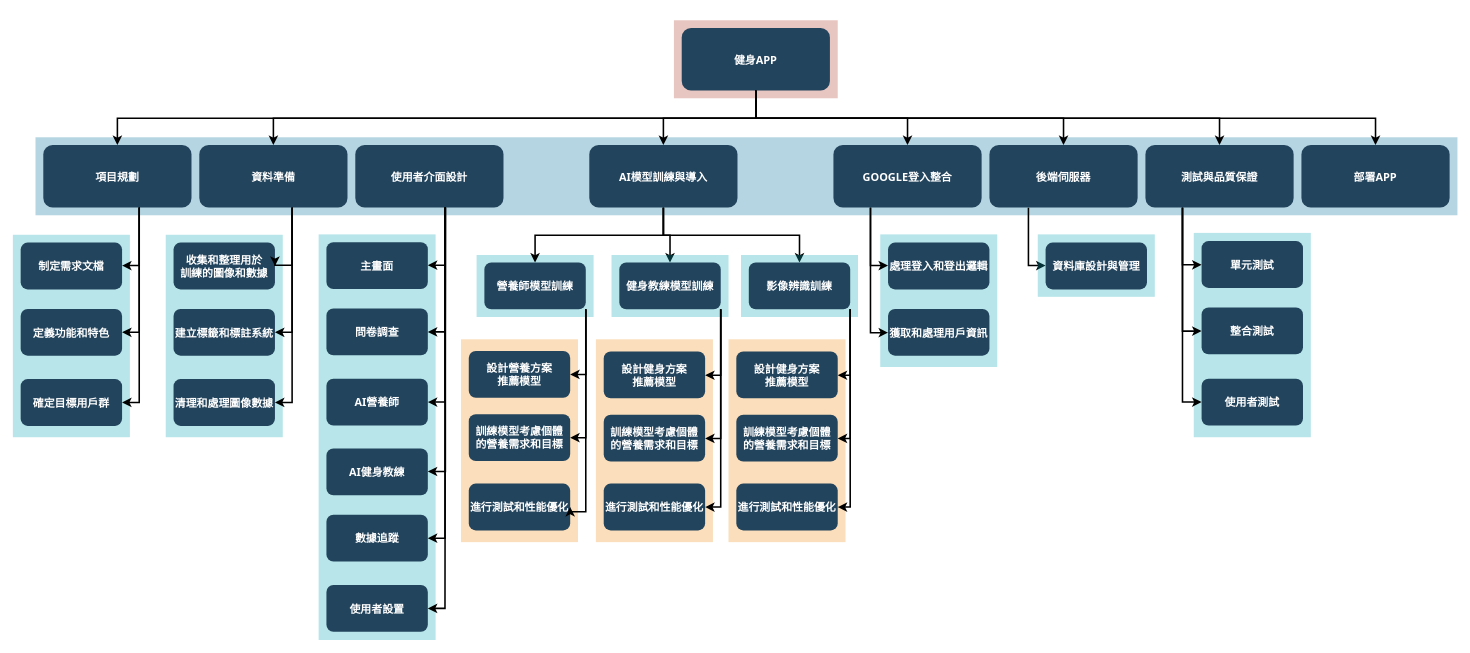
This is 未命名绘图.drawio from C110118150/No.11, a draw.io file, before an edit. Source tidied: cells renumbered, new cells numbered last; positions are measured from the earlier drawing's top-left corner, leaving out a move shared by most shapes. Both pictures are drawn from the tidied source at 78%, with x=0, y=0 at pixel (12, 20).
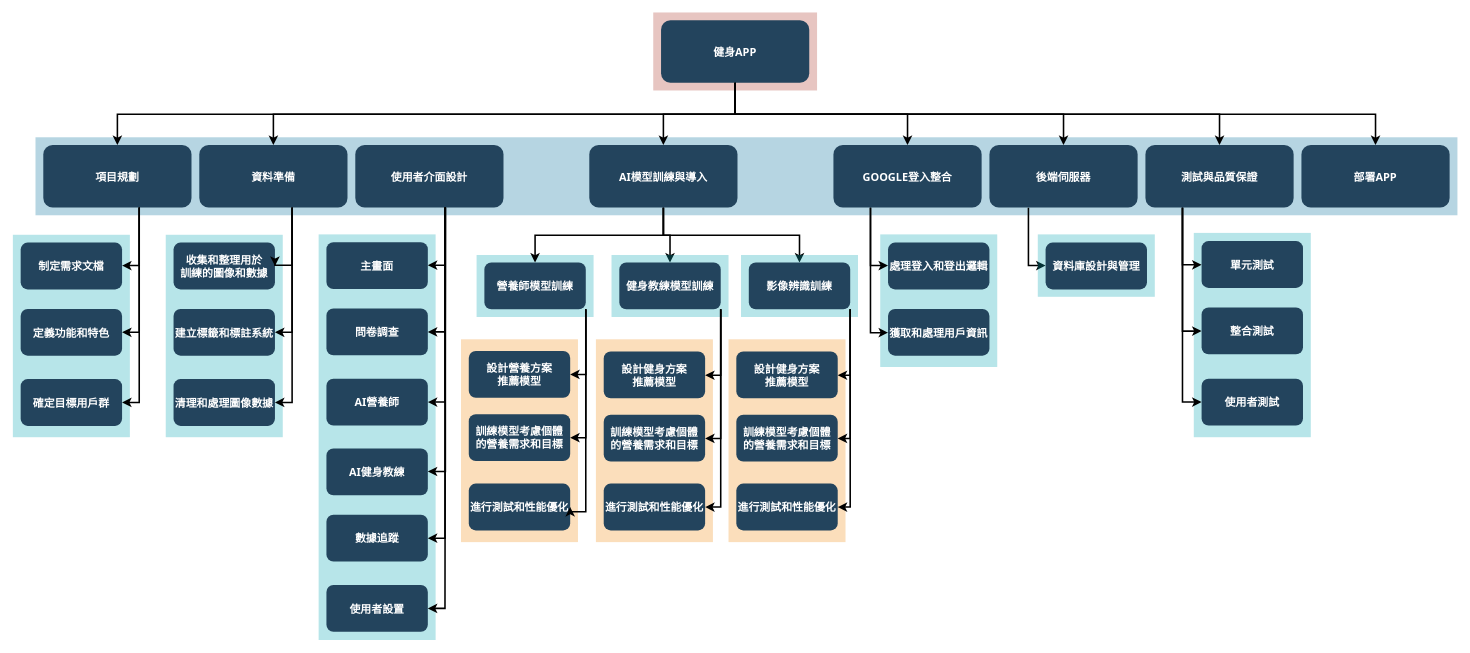
The same diagram, later.

Commit message (it also covers changes not shown here):
更新未命名绘图.drawio

The change refers to these unchanged cells:
```xml
<mxCell id="18" value="AI模型訓練與導入" style="rounded=1;fillColor=#23445D;gradientColor=none;strokeColor=none;fontColor=#FFFFFF;fontStyle=1;fontFamily=Tahoma;fontSize=14;" parent="1" vertex="1">
  <mxGeometry x="739" y="159.5" width="190" height="80" as="geometry" />
</mxCell>
<mxCell id="21" value="資料準備" style="rounded=1;fillColor=#23445D;gradientColor=none;strokeColor=none;fontColor=#FFFFFF;fontStyle=1;fontFamily=Tahoma;fontSize=14;" parent="1" vertex="1">
  <mxGeometry x="239" y="159.5" width="190" height="80" as="geometry" />
</mxCell>
<mxCell id="22" value="項目規劃" style="rounded=1;fillColor=#23445D;gradientColor=none;strokeColor=none;fontColor=#FFFFFF;fontStyle=1;fontFamily=Tahoma;fontSize=14;" parent="1" vertex="1">
  <mxGeometry x="39" y="159.5" width="190" height="80" as="geometry" />
</mxCell>
<mxCell id="36" value="GOOGLE登入整合" style="rounded=1;fillColor=#23445D;gradientColor=none;strokeColor=none;fontColor=#FFFFFF;fontStyle=1;fontFamily=Tahoma;fontSize=14;" parent="1" vertex="1">
  <mxGeometry x="1052" y="159.5" width="190" height="80" as="geometry" />
</mxCell>
```

Diff of the diagram source:
```diff
@@
     <mxCell id="6" style="fillColor=#AE4132;strokeColor=none;opacity=30;" parent="1" vertex="1">
-      <mxGeometry x="847.5" y="-0.5" width="210" height="100" as="geometry" />
+      <mxGeometry x="821" y="-10.5" width="210" height="100" as="geometry" />
     </mxCell>
@@
-    <mxCell id="10" style="edgeStyle=elbowEdgeStyle;elbow=vertical;strokeWidth=2;rounded=0;" parent="1" edge="1" source="14" target="36">
+    <mxCell id="10" style="edgeStyle=elbowEdgeStyle;elbow=vertical;strokeWidth=2;rounded=0;exitX=0.5;exitY=1;exitDx=0;exitDy=0;" parent="1" edge="1" source="14" target="36">
       <mxGeometry relative="1" as="geometry" />
     </mxCell>
@@
     <mxCell id="14" value="健身APP" style="rounded=1;fillColor=#23445D;gradientColor=none;strokeColor=none;fontColor=#FFFFFF;fontStyle=1;fontFamily=Tahoma;fontSize=14;" parent="1" vertex="1">
-      <mxGeometry x="857.5" y="9.5" width="190" height="80" as="geometry" />
+      <mxGeometry x="831" y="-0.5" width="190" height="80" as="geometry" />
     </mxCell>
@@
-    <mxCell id="19" style="edgeStyle=elbowEdgeStyle;elbow=vertical;strokeWidth=2;rounded=0;" parent="1" edge="1" source="14" target="18">
+    <mxCell id="19" style="edgeStyle=elbowEdgeStyle;elbow=vertical;strokeWidth=2;rounded=0;exitX=0.5;exitY=1;exitDx=0;exitDy=0;" parent="1" edge="1" source="14" target="18">
       <mxGeometry x="337" y="215.5" as="geometry" />
     </mxCell>
@@
-    <mxCell id="29" style="edgeStyle=elbowEdgeStyle;elbow=vertical;strokeWidth=2;rounded=0;" parent="1" edge="1" source="14" target="21">
+    <mxCell id="29" style="edgeStyle=elbowEdgeStyle;elbow=vertical;strokeWidth=2;rounded=0;exitX=0.5;exitY=1;exitDx=0;exitDy=0;" parent="1" edge="1" source="14" target="21">
       <mxGeometry x="347" y="225.5" as="geometry" />
     </mxCell>
-    <mxCell id="30" style="edgeStyle=elbowEdgeStyle;elbow=vertical;strokeWidth=2;rounded=0;" parent="1" edge="1" source="14" target="22">
+    <mxCell id="30" style="edgeStyle=elbowEdgeStyle;elbow=vertical;strokeWidth=2;rounded=0;exitX=0.5;exitY=1;exitDx=0;exitDy=0;" parent="1" edge="1" source="14" target="22">
       <mxGeometry x="-23" y="135.5" as="geometry" />
     </mxCell>
```
